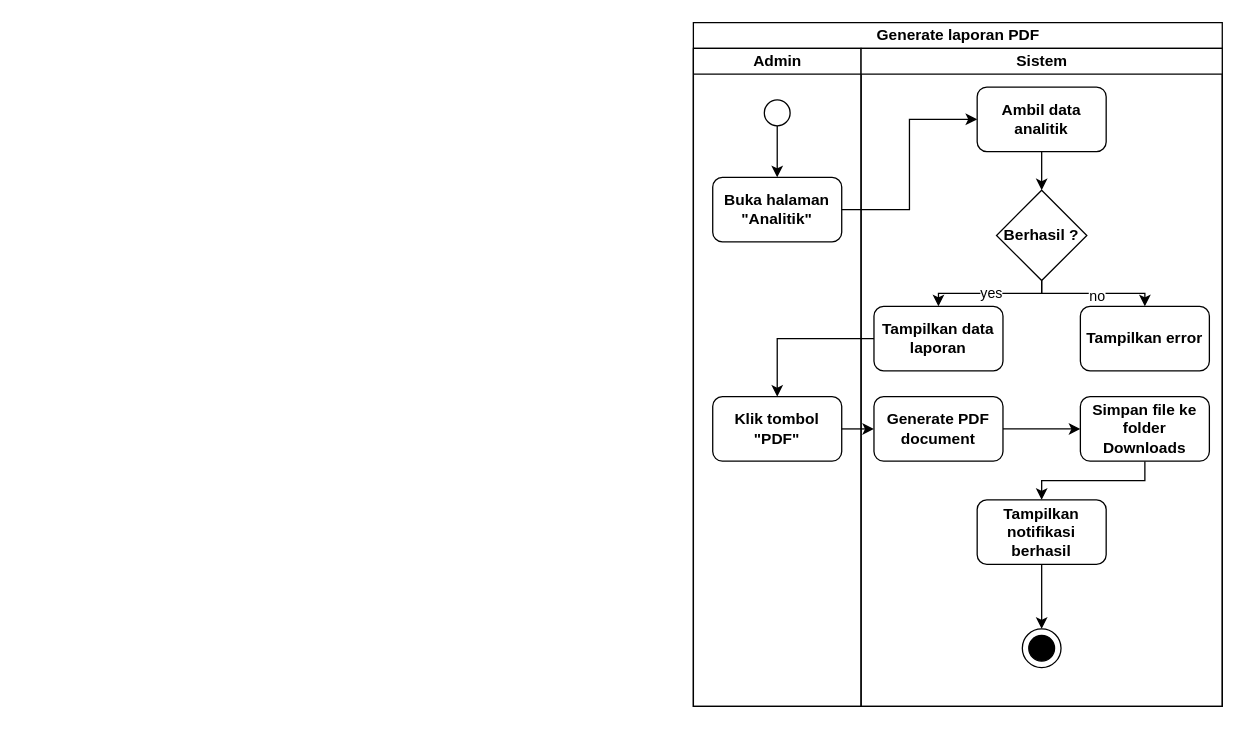
Earlier version of the draw.io diagram page "generate laporan pdf" (11 of 19) of assets/uml/activity-diagram.drawio (RIOKOWI/warmindo_purnama_flutter). Source tidied: cells renumbered, new cells numbered last; positions are measured from the earlier drawing's top-left corner, leaving out a move shared by most shapes. Both pictures are drawn from the tidied source at 129%, with x=0, y=0 at pixel (22, 22).
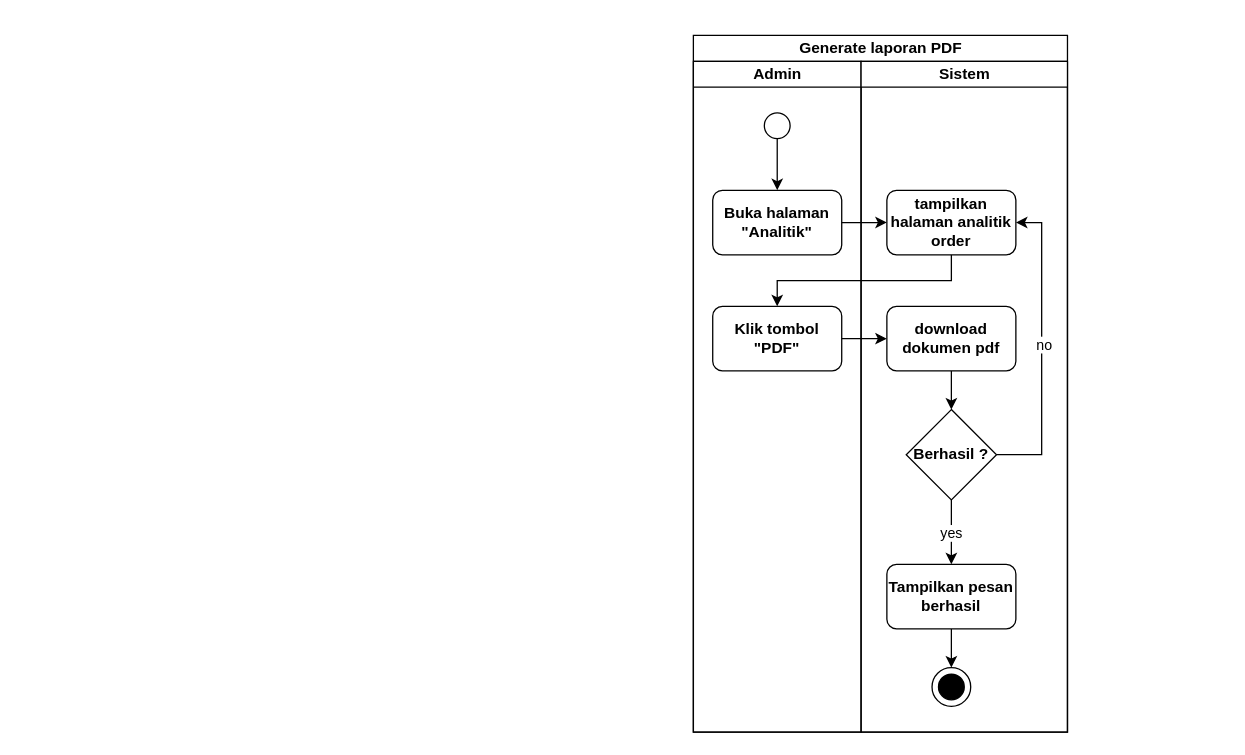
After the change.

Commit message:
docs(uml): refactor activity diagram download pdf

Unchanged cells that the change refers to:
```xml
<mxCell id="7" value="Buka halaman &quot;Analitik&quot;" style="rounded=1;whiteSpace=wrap;html=1;strokeColor=default;align=center;verticalAlign=middle;fontFamily=Helvetica;fontSize=12;fontColor=default;fontStyle=1;fillColor=default;" parent="4" vertex="1">
  <mxGeometry x="15" y="100" width="100" height="50" as="geometry" />
</mxCell>
<mxCell id="26" style="ellipse;whiteSpace=wrap;html=1;strokeColor=default;align=center;verticalAlign=middle;fontFamily=Helvetica;fontSize=12;fontColor=default;fontStyle=1;fillColor=default;" parent="25" vertex="1">
  <mxGeometry width="30" height="30" as="geometry" />
</mxCell>
```

What changed in the source:
```diff
@@
     <mxCell id="3" value="Generate laporan PDF" style="swimlane;startSize=20;html=1;" parent="1" vertex="1">
-      <mxGeometry x="520" width="410" height="530" as="geometry" />
+      <mxGeometry x="520" y="10" width="290" height="540" as="geometry" />
     </mxCell>
     <mxCell id="4" value="Admin" style="swimlane;startSize=20;html=1;" parent="3" vertex="1">
-      <mxGeometry y="20" width="130" height="510" as="geometry" />
+      <mxGeometry y="20" width="130" height="520" as="geometry" />
     </mxCell>
@@
     <mxCell id="8" value="Klik tombol&lt;div&gt;&quot;PDF&quot;&lt;/div&gt;" style="rounded=1;whiteSpace=wrap;html=1;strokeColor=default;align=center;verticalAlign=middle;fontFamily=Helvetica;fontSize=12;fontColor=default;fontStyle=1;fillColor=default;" parent="4" vertex="1">
-      <mxGeometry x="15" y="270" width="100" height="50" as="geometry" />
+      <mxGeometry x="15" y="190" width="100" height="50" as="geometry" />
     </mxCell>
+    <mxCell id="28" style="edgeStyle=orthogonalEdgeStyle;shape=connector;rounded=0;html=1;entryX=0;entryY=0.5;entryDx=0;entryDy=0;strokeColor=default;align=center;verticalAlign=middle;fontFamily=Helvetica;fontSize=11;fontColor=default;labelBackgroundColor=default;endArrow=classic;curved=0;" parent="3" edge="1" source="7" target="11">
+      <mxGeometry relative="1" as="geometry" />
+    </mxCell>
+    <mxCell id="30" style="edgeStyle=orthogonalEdgeStyle;shape=connector;rounded=0;html=1;entryX=0;entryY=0.5;entryDx=0;entryDy=0;strokeColor=default;align=center;verticalAlign=middle;fontFamily=Helvetica;fontSize=11;fontColor=default;labelBackgroundColor=default;endArrow=classic;curved=0;" parent="3" edge="1" source="8" target="20">
+      <mxGeometry relative="1" as="geometry" />
+    </mxCell>
+    <mxCell id="10" style="edgeStyle=orthogonalEdgeStyle;html=1;entryX=0.5;entryY=0;entryDx=0;entryDy=0;rounded=0;curved=0;" parent="3" edge="1" source="11" target="8">
+      <mxGeometry relative="1" as="geometry">
+        <Array as="points">
+          <mxPoint x="200" y="190" />
+          <mxPoint x="65" y="190" />
+        </Array>
+      </mxGeometry>
+    </mxCell>
     <mxCell id="9" value="Sistem" style="swimlane;startSize=20;html=1;" parent="3" vertex="1">
-      <mxGeometry x="130" y="20" width="280" height="510" as="geometry" />
+      <mxGeometry x="130" y="20" width="160" height="520" as="geometry" />
     </mxCell>
-    <mxCell id="10" style="edgeStyle=orthogonalEdgeStyle;html=1;entryX=0.5;entryY=0;entryDx=0;entryDy=0;rounded=0;curved=0;" parent="9" edge="1" source="11" target="16">
-      <mxGeometry relative="1" as="geometry" />
-    </mxCell>
-    <mxCell id="11" value="Ambil data analitik" style="rounded=1;whiteSpace=wrap;html=1;strokeColor=default;align=center;verticalAlign=middle;fontFamily=Helvetica;fontSize=12;fontColor=default;fontStyle=1;fillColor=default;" parent="9" vertex="1">
-      <mxGeometry x="90" y="30" width="100" height="50" as="geometry" />
+    <mxCell id="11" value="tampilkan halaman analitik order" style="rounded=1;whiteSpace=wrap;html=1;strokeColor=default;align=center;verticalAlign=middle;fontFamily=Helvetica;fontSize=12;fontColor=default;fontStyle=1;fillColor=default;" parent="9" vertex="1">
+      <mxGeometry x="20" y="100" width="100" height="50" as="geometry" />
     </mxCell>
-    <mxCell id="12" style="edgeStyle=orthogonalEdgeStyle;shape=connector;rounded=0;html=1;entryX=0.5;entryY=0;entryDx=0;entryDy=0;strokeColor=default;align=center;verticalAlign=middle;fontFamily=Helvetica;fontSize=11;fontColor=default;labelBackgroundColor=default;endArrow=classic;curved=0;" parent="9" edge="1" source="16" target="18">
-      <mxGeometry relative="1" as="geometry" />
+    <mxCell id="12" style="edgeStyle=orthogonalEdgeStyle;shape=connector;rounded=0;html=1;entryX=1;entryY=0.5;entryDx=0;entryDy=0;strokeColor=default;align=center;verticalAlign=middle;fontFamily=Helvetica;fontSize=11;fontColor=default;labelBackgroundColor=default;endArrow=classic;curved=0;" parent="9" edge="1" source="16" target="11">
+      <mxGeometry relative="1" as="geometry">
+        <Array as="points">
+          <mxPoint x="140" y="305" />
+          <mxPoint x="140" y="125" />
+        </Array>
+      </mxGeometry>
     </mxCell>
@@
-    <mxCell id="14" style="edgeStyle=orthogonalEdgeStyle;shape=connector;rounded=0;html=1;entryX=0.5;entryY=0;entryDx=0;entryDy=0;strokeColor=default;align=center;verticalAlign=middle;fontFamily=Helvetica;fontSize=11;fontColor=default;labelBackgroundColor=default;endArrow=classic;curved=0;" parent="9" edge="1" source="16" target="17">
+    <mxCell id="14" style="edgeStyle=orthogonalEdgeStyle;shape=connector;rounded=0;html=1;entryX=0.5;entryY=0;entryDx=0;entryDy=0;strokeColor=default;align=center;verticalAlign=middle;fontFamily=Helvetica;fontSize=11;fontColor=default;labelBackgroundColor=default;endArrow=classic;curved=0;exitX=0.5;exitY=1;exitDx=0;exitDy=0;" parent="9" edge="1" source="16" target="24">
       <mxGeometry relative="1" as="geometry" />
     </mxCell>
@@
     <mxCell id="16" value="Berhasil ?" style="rhombus;whiteSpace=wrap;html=1;strokeColor=default;align=center;verticalAlign=middle;fontFamily=Helvetica;fontSize=12;fontColor=default;fontStyle=1;fillColor=default;" parent="9" vertex="1">
-      <mxGeometry x="105" y="110" width="70" height="70" as="geometry" />
+      <mxGeometry x="35" y="270" width="70" height="70" as="geometry" />
     </mxCell>
-    <mxCell id="17" value="Tampilkan data laporan" style="rounded=1;whiteSpace=wrap;html=1;strokeColor=default;align=center;verticalAlign=middle;fontFamily=Helvetica;fontSize=12;fontColor=default;fontStyle=1;fillColor=default;" parent="9" vertex="1">
-      <mxGeometry x="10" y="200" width="100" height="50" as="geometry" />
-    </mxCell>
-    <mxCell id="18" value="Tampilkan error" style="rounded=1;whiteSpace=wrap;html=1;strokeColor=default;align=center;verticalAlign=middle;fontFamily=Helvetica;fontSize=12;fontColor=default;fontStyle=1;fillColor=default;" parent="9" vertex="1">
-      <mxGeometry x="170" y="200" width="100" height="50" as="geometry" />
-    </mxCell>
-    <mxCell id="19" style="edgeStyle=orthogonalEdgeStyle;shape=connector;rounded=0;html=1;entryX=0;entryY=0.5;entryDx=0;entryDy=0;strokeColor=default;align=center;verticalAlign=middle;fontFamily=Helvetica;fontSize=11;fontColor=default;labelBackgroundColor=default;endArrow=classic;curved=0;" parent="9" edge="1" source="20" target="22">
-      <mxGeometry relative="1" as="geometry" />
-    </mxCell>
+    <mxCell id="31" style="edgeStyle=orthogonalEdgeStyle;shape=connector;curved=0;rounded=0;html=1;entryX=0.5;entryY=0;entryDx=0;entryDy=0;strokeColor=default;align=center;verticalAlign=middle;fontFamily=Helvetica;fontSize=12;fontColor=default;fontStyle=1;labelBackgroundColor=default;endArrow=classic;" parent="9" edge="1" source="20" target="16">
+      <mxGeometry relative="1" as="geometry" />
+    </mxCell>
-    <mxCell id="20" value="Generate PDF&lt;div&gt;document&lt;/div&gt;" style="rounded=1;whiteSpace=wrap;html=1;strokeColor=default;align=center;verticalAlign=middle;fontFamily=Helvetica;fontSize=12;fontColor=default;fontStyle=1;fillColor=default;" parent="9" vertex="1">
-      <mxGeometry x="10" y="270" width="100" height="50" as="geometry" />
+    <mxCell id="20" value="download dokumen pdf" style="rounded=1;whiteSpace=wrap;html=1;strokeColor=default;align=center;verticalAlign=middle;fontFamily=Helvetica;fontSize=12;fontColor=default;fontStyle=1;fillColor=default;" parent="9" vertex="1">
+      <mxGeometry x="20" y="190" width="100" height="50" as="geometry" />
     </mxCell>
-    <mxCell id="21" style="edgeStyle=orthogonalEdgeStyle;shape=connector;rounded=0;html=1;entryX=0.5;entryY=0;entryDx=0;entryDy=0;strokeColor=default;align=center;verticalAlign=middle;fontFamily=Helvetica;fontSize=11;fontColor=default;labelBackgroundColor=default;endArrow=classic;curved=0;" parent="9" edge="1" source="22" target="24">
-      <mxGeometry relative="1" as="geometry" />
-    </mxCell>
-    <mxCell id="22" value="Simpan file ke folder Downloads" style="rounded=1;whiteSpace=wrap;html=1;strokeColor=default;align=center;verticalAlign=middle;fontFamily=Helvetica;fontSize=12;fontColor=default;fontStyle=1;fillColor=default;" parent="9" vertex="1">
-      <mxGeometry x="170" y="270" width="100" height="50" as="geometry" />
-    </mxCell>
-    <mxCell id="23" style="edgeStyle=orthogonalEdgeStyle;shape=connector;rounded=0;html=1;entryX=0.5;entryY=0;entryDx=0;entryDy=0;strokeColor=default;align=center;verticalAlign=middle;fontFamily=Helvetica;fontSize=11;fontColor=default;labelBackgroundColor=default;endArrow=classic;curved=0;" parent="9" edge="1" source="24" target="26">
+    <mxCell id="23" style="edgeStyle=orthogonalEdgeStyle;shape=connector;curved=0;rounded=0;html=1;entryX=0.5;entryY=0;entryDx=0;entryDy=0;strokeColor=default;align=center;verticalAlign=middle;fontFamily=Helvetica;fontSize=12;fontColor=default;fontStyle=1;labelBackgroundColor=default;endArrow=classic;" parent="9" edge="1" source="24" target="26">
       <mxGeometry relative="1" as="geometry" />
     </mxCell>
-    <mxCell id="24" value="Tampilkan notifikasi berhasil" style="rounded=1;whiteSpace=wrap;html=1;strokeColor=default;align=center;verticalAlign=middle;fontFamily=Helvetica;fontSize=12;fontColor=default;fontStyle=1;fillColor=default;" parent="9" vertex="1">
-      <mxGeometry x="90" y="350" width="100" height="50" as="geometry" />
+    <mxCell id="24" value="Tampilkan pesan berhasil" style="rounded=1;whiteSpace=wrap;html=1;strokeColor=default;align=center;verticalAlign=middle;fontFamily=Helvetica;fontSize=12;fontColor=default;fontStyle=1;fillColor=default;" parent="9" vertex="1">
+      <mxGeometry x="20" y="390" width="100" height="50" as="geometry" />
     </mxCell>
     <mxCell id="25" style="group;" parent="9" vertex="1">
-      <mxGeometry x="125" y="450" width="30" height="30" as="geometry" />
+      <mxGeometry x="55" y="470" width="30" height="30" as="geometry" />
     </mxCell>
@@
-    <mxCell id="28" style="edgeStyle=orthogonalEdgeStyle;shape=connector;rounded=0;html=1;entryX=0;entryY=0.5;entryDx=0;entryDy=0;strokeColor=default;align=center;verticalAlign=middle;fontFamily=Helvetica;fontSize=11;fontColor=default;labelBackgroundColor=default;endArrow=classic;curved=0;" parent="3" edge="1" source="7" target="11">
-      <mxGeometry relative="1" as="geometry" />
-    </mxCell>
-    <mxCell id="29" style="edgeStyle=orthogonalEdgeStyle;shape=connector;rounded=0;html=1;entryX=0.5;entryY=0;entryDx=0;entryDy=0;strokeColor=default;align=center;verticalAlign=middle;fontFamily=Helvetica;fontSize=11;fontColor=default;labelBackgroundColor=default;endArrow=classic;curved=0;" parent="3" edge="1" source="17" target="8">
-      <mxGeometry relative="1" as="geometry" />
-    </mxCell>
-    <mxCell id="30" style="edgeStyle=orthogonalEdgeStyle;shape=connector;rounded=0;html=1;entryX=0;entryY=0.5;entryDx=0;entryDy=0;strokeColor=default;align=center;verticalAlign=middle;fontFamily=Helvetica;fontSize=11;fontColor=default;labelBackgroundColor=default;endArrow=classic;curved=0;" parent="3" edge="1" source="8" target="20">
-      <mxGeometry relative="1" as="geometry" />
-    </mxCell>
```
